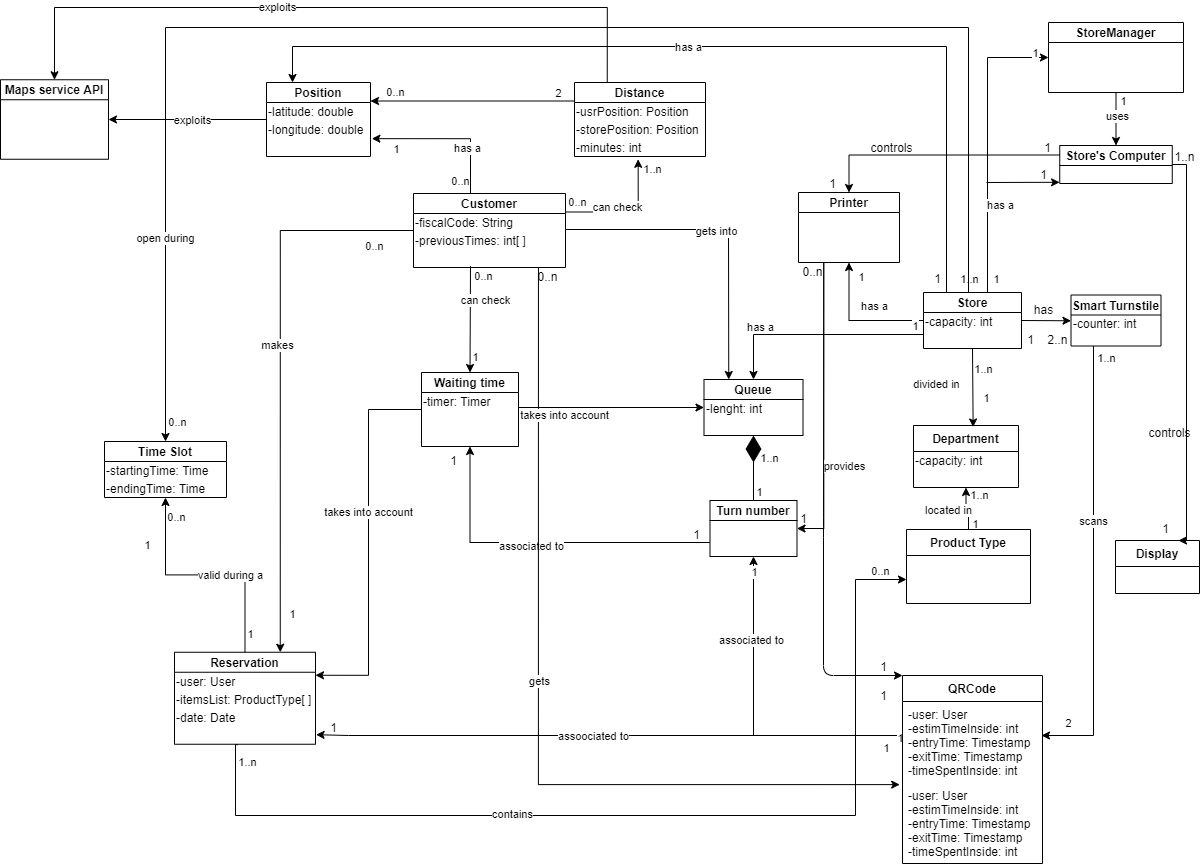
The draw.io diagram RASD/class_diagram.png in olimpiarivera/RiveraPolidori, before a commit. Source tidied: cells renumbered, new cells last; positions are measured from the earlier drawing's top-left corner, leaving out a move shared by most shapes.
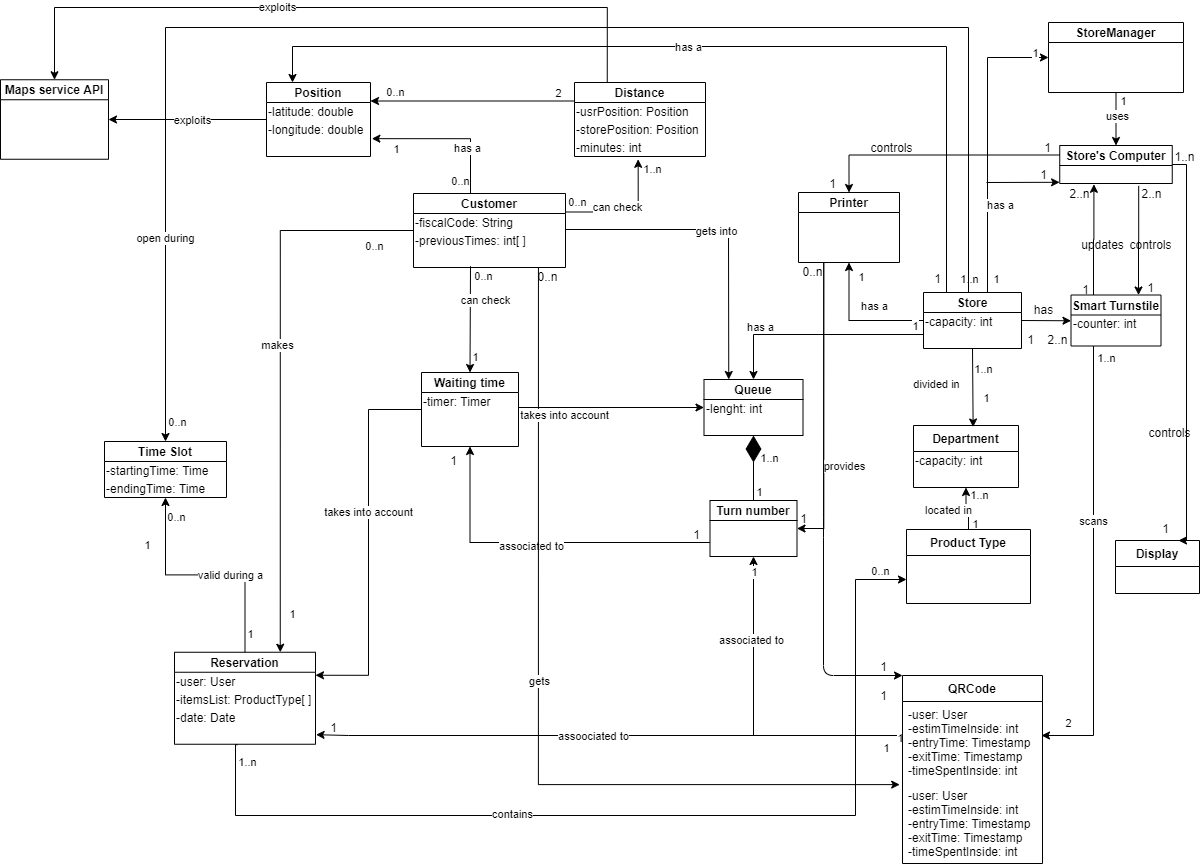
After the commit.

Commit message:
class diagram modifications

Diff of the diagram source:
```diff
@@ -335,6 +335,12 @@
         <mxPoint x="11.5" as="offset" />
       </mxGeometry>
     </mxCell>
+    <mxCell id="157" style="edgeStyle=orthogonalEdgeStyle;rounded=0;jettySize=auto;html=1;exitX=0.25;exitY=0;exitDx=0;exitDy=0;entryX=0.297;entryY=1.044;entryDx=0;entryDy=0;entryPerimeter=0;" parent="1" edge="1" source="76" target="147">
+      <mxGeometry relative="1" as="geometry" />
+    </mxCell>
+    <mxCell id="158" style="edgeStyle=orthogonalEdgeStyle;rounded=0;jettySize=auto;html=1;exitX=0.695;exitY=1.133;exitDx=0;exitDy=0;entryX=0.75;entryY=0;entryDx=0;entryDy=0;exitPerimeter=0;" parent="1" edge="1" source="147" target="76">
+      <mxGeometry relative="1" as="geometry" />
+    </mxCell>
     <mxCell id="76" value="Smart Turnstile" style="swimlane;fontStyle=1;horizontal=1;startSize=20;fillColor=none;" parent="1" vertex="1">
       <mxGeometry x="1070.5" y="287.5" width="90" height="51" as="geometry" />
     </mxCell>
@@ -647,5 +653,23 @@
     <mxCell id="156" value="1" style="text;html=1;align=center;verticalAlign=middle;" parent="1" vertex="1">
       <mxGeometry x="929" y="262" width="16" height="18" as="geometry" />
     </mxCell>
+    <mxCell id="159" value="updates" style="text;html=1;align=center;verticalAlign=middle;" parent="1" vertex="1">
+      <mxGeometry x="1076" y="228" width="52" height="18" as="geometry" />
+    </mxCell>
+    <mxCell id="160" value="1" style="text;html=1;align=center;verticalAlign=middle;" parent="1" vertex="1">
+      <mxGeometry x="1077" y="273" width="16" height="18" as="geometry" />
+    </mxCell>
+    <mxCell id="161" value="2..n" style="text;html=1;align=center;verticalAlign=middle;" parent="1" vertex="1">
+      <mxGeometry x="1064" y="177" width="30" height="18" as="geometry" />
+    </mxCell>
+    <mxCell id="162" value="2..n" style="text;html=1;align=center;verticalAlign=middle;" parent="1" vertex="1">
+      <mxGeometry x="1136" y="177" width="30" height="18" as="geometry" />
+    </mxCell>
+    <mxCell id="163" value="1" style="text;html=1;align=center;verticalAlign=middle;" parent="1" vertex="1">
+      <mxGeometry x="1142" y="271" width="16" height="18" as="geometry" />
+    </mxCell>
+    <mxCell id="164" value="controls" style="text;html=1;align=center;verticalAlign=middle;" parent="1" vertex="1">
+      <mxGeometry x="1124" y="228" width="52" height="18" as="geometry" />
+    </mxCell>
   </root>
 </mxGraphModel>
```
